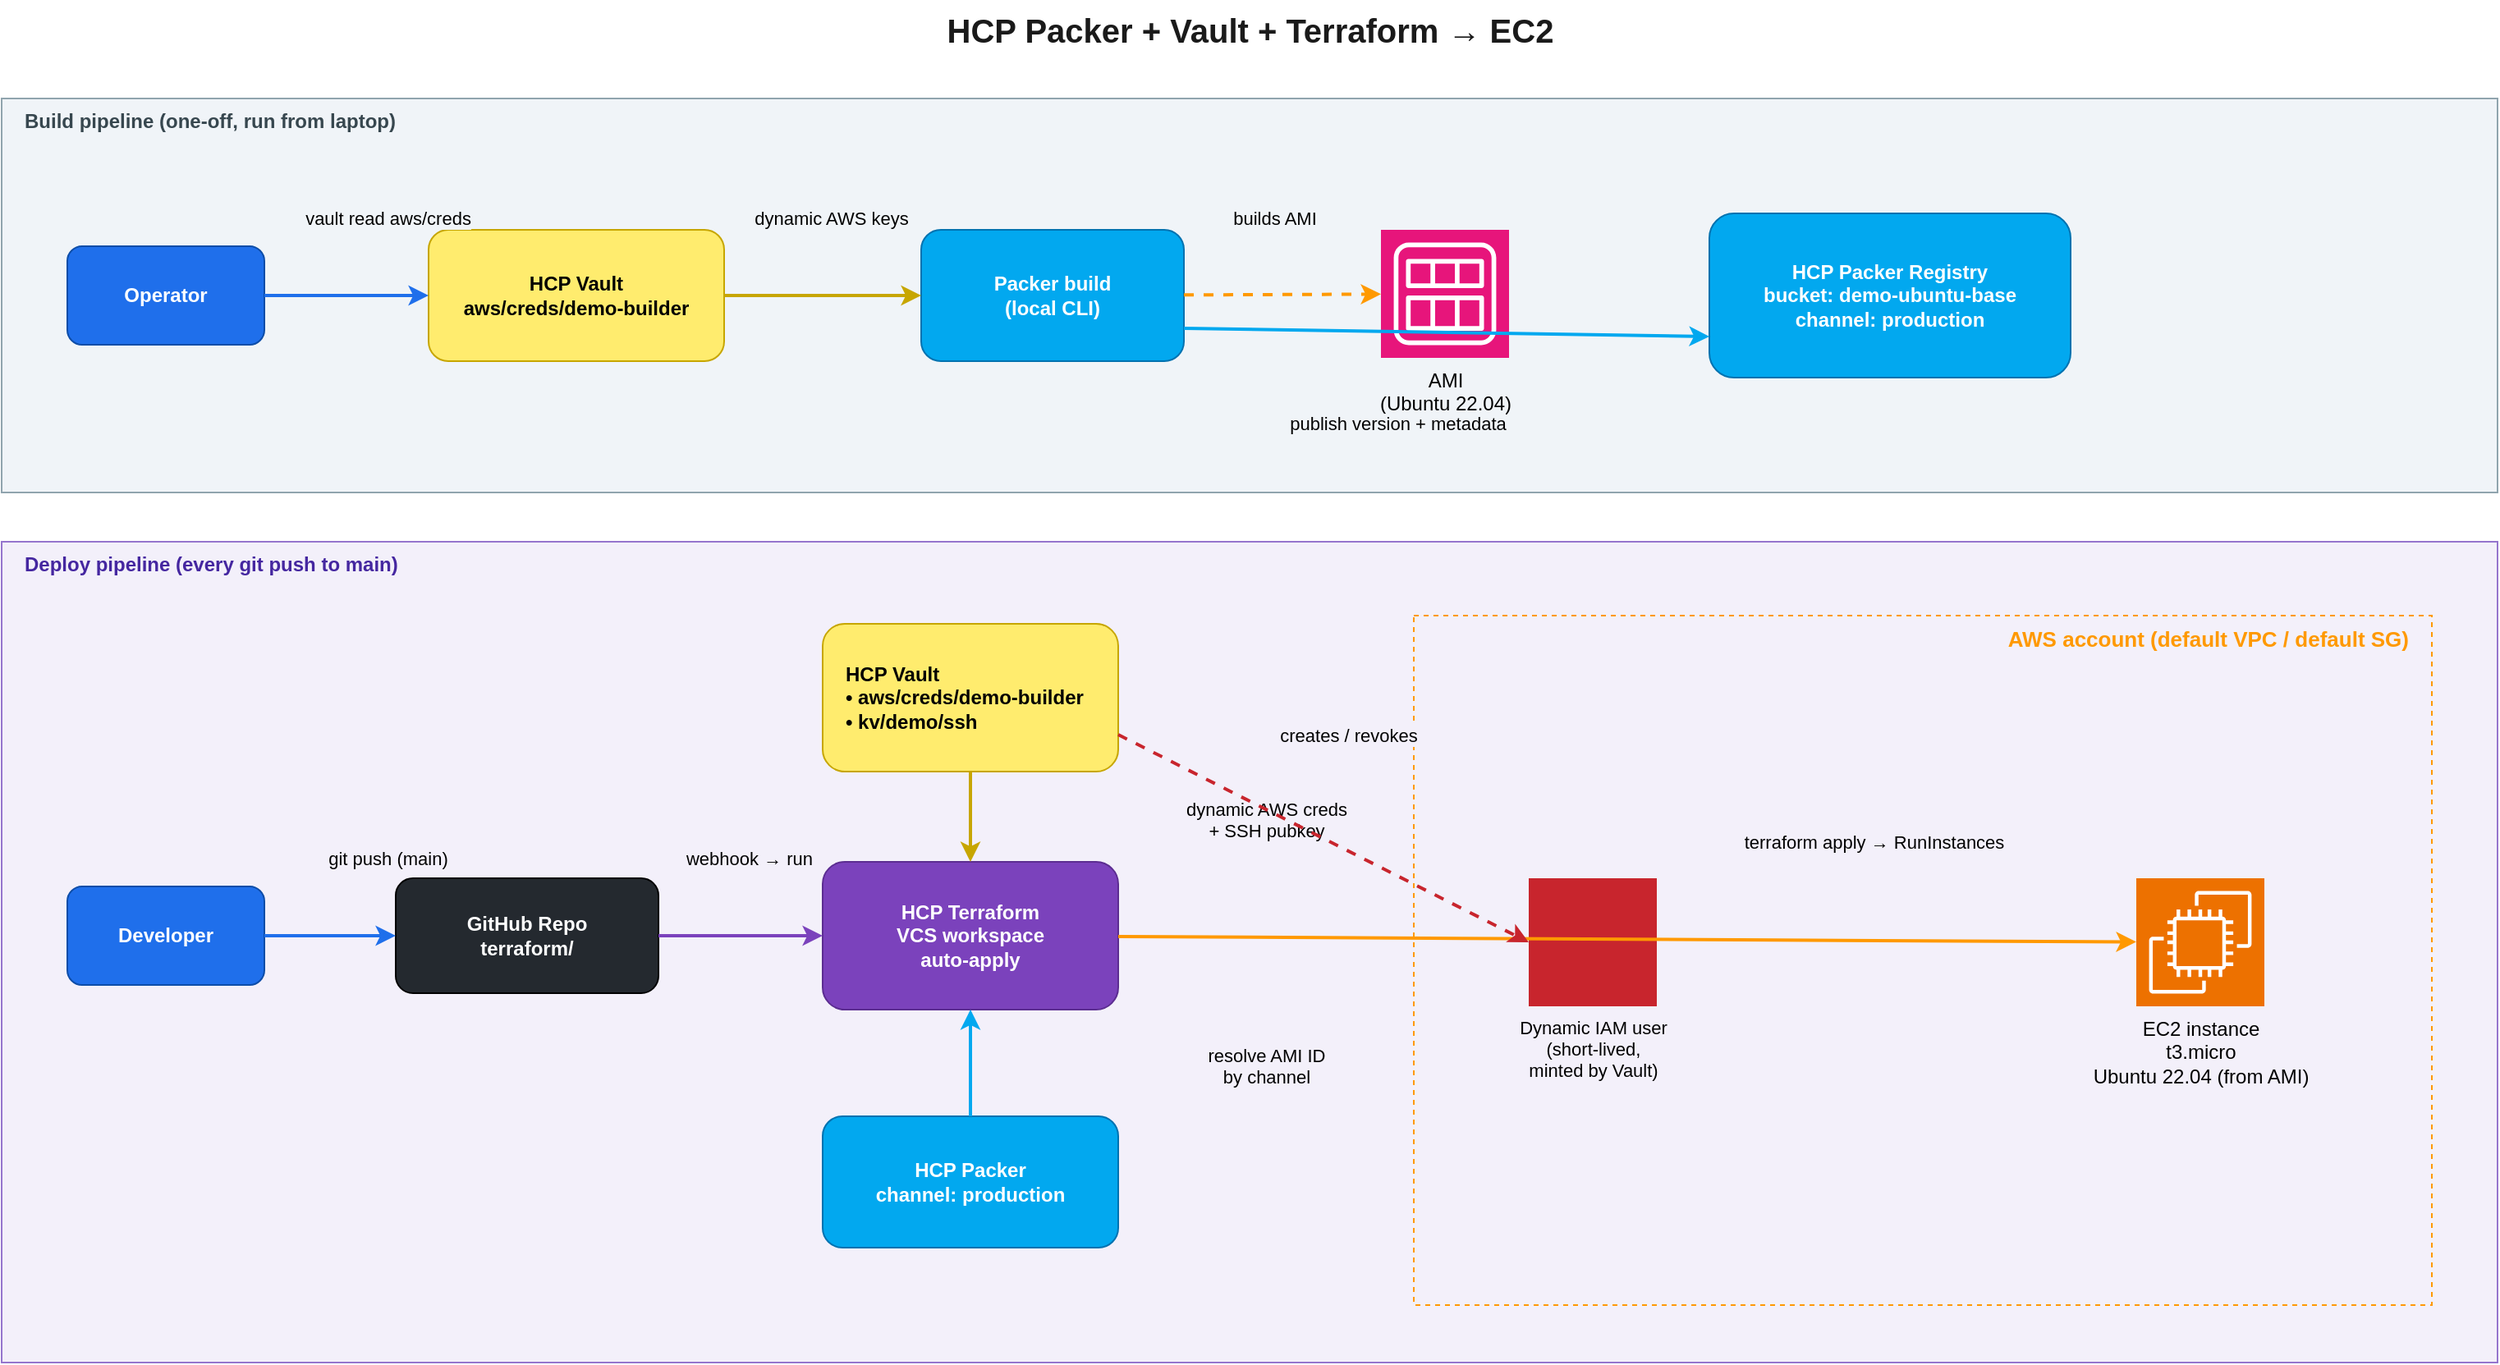
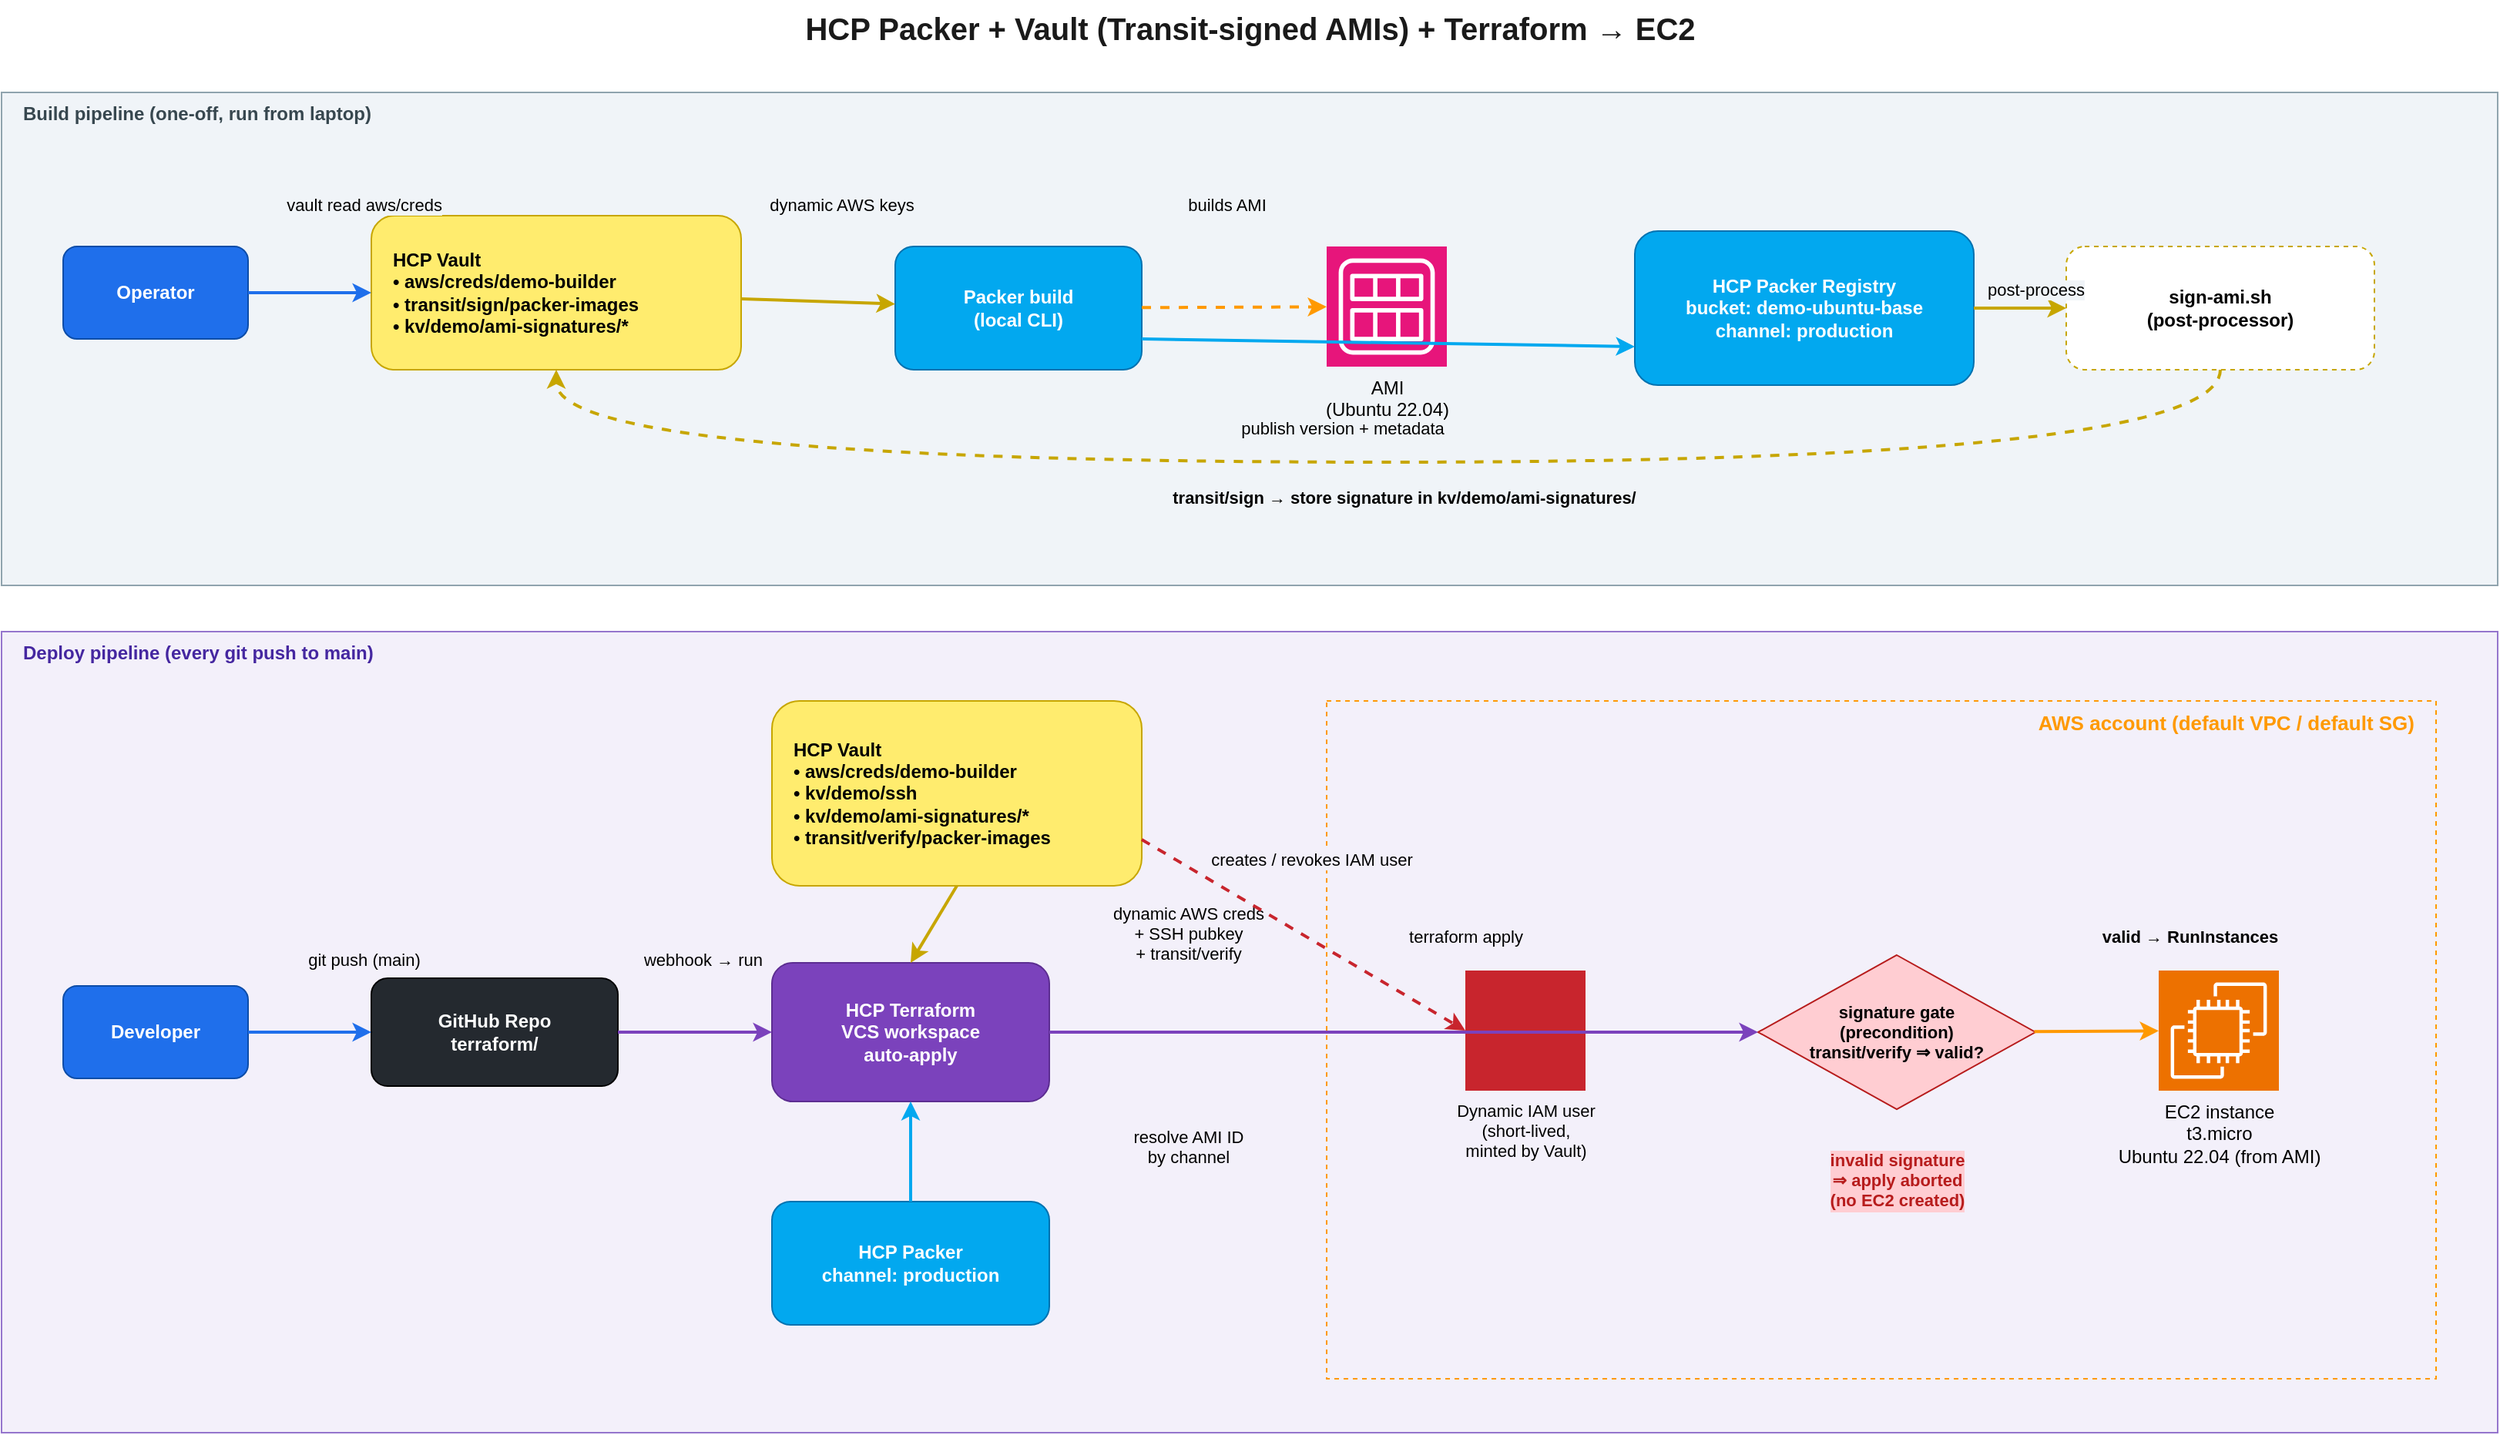
<mxfile host="app.diagrams.net">
  <diagram name="Architecture" id="arch">
-     <mxGraphModel dx="1400" dy="900" grid="0" gridSize="10" guides="1" tooltips="1" connect="1" arrows="1" fold="1" page="1" pageScale="1" pageWidth="1600" pageHeight="900" math="0" shadow="0">
+     <mxGraphModel dx="1400" dy="900" grid="0" gridSize="10" guides="1" tooltips="1" connect="1" arrows="1" fold="1" page="1" pageScale="1" pageWidth="1700" pageHeight="980" math="0" shadow="0">
      <root>
        <mxCell id="0" />
        <mxCell id="1" parent="0" />

-         <mxCell id="title" value="HCP Packer + Vault + Terraform → EC2" style="text;html=1;align=center;fontSize=20;fontStyle=1;fontColor=#1A1A1A" vertex="1" parent="1">
-           <mxGeometry x="40" y="20" width="1520" height="30" as="geometry" />
+         <mxCell id="title" value="HCP Packer + Vault (Transit-signed AMIs) + Terraform → EC2" style="text;html=1;align=center;fontSize=20;fontStyle=1;fontColor=#1A1A1A" vertex="1" parent="1">
+           <mxGeometry x="40" y="20" width="1620" height="30" as="geometry" />
        </mxCell>

        <mxCell id="buildLane" value="Build pipeline (one-off, run from laptop)" style="rounded=0;whiteSpace=wrap;html=1;fillColor=#F0F4F8;strokeColor=#90A4AE;fontColor=#37474F;fontSize=12;fontStyle=1;verticalAlign=top;align=left;spacingLeft=12" vertex="1" parent="1">
-           <mxGeometry x="40" y="80" width="1520" height="240" as="geometry" />
+           <mxGeometry x="40" y="80" width="1620" height="320" as="geometry" />
        </mxCell>

        <mxCell id="devBuild" value="Operator" style="rounded=1;whiteSpace=wrap;html=1;fillColor=#1F6FEB;strokeColor=#0D4DA8;fontColor=#FFFFFF;fontSize=12;fontStyle=1" vertex="1" parent="1">
-           <mxGeometry x="80" y="170" width="120" height="60" as="geometry" />
+           <mxGeometry x="80" y="180" width="120" height="60" as="geometry" />
        </mxCell>

-         <mxCell id="vaultBuild" value="HCP Vault&#10;aws/creds/demo-builder" style="rounded=1;whiteSpace=wrap;html=1;fillColor=#FFEC6E;strokeColor=#C7A600;fontColor=#000000;fontSize=12;fontStyle=1" vertex="1" parent="1">
-           <mxGeometry x="300" y="160" width="180" height="80" as="geometry" />
+         <mxCell id="vaultBuild" value="HCP Vault&#10;• aws/creds/demo-builder&#10;• transit/sign/packer-images&#10;• kv/demo/ami-signatures/*" style="rounded=1;whiteSpace=wrap;html=1;fillColor=#FFEC6E;strokeColor=#C7A600;fontColor=#000000;fontSize=12;fontStyle=1;align=left;spacingLeft=12" vertex="1" parent="1">
+           <mxGeometry x="280" y="160" width="240" height="100" as="geometry" />
        </mxCell>

        <mxCell id="packer" value="Packer build&#10;(local CLI)" style="rounded=1;whiteSpace=wrap;html=1;fillColor=#02A8EF;strokeColor=#0072B0;fontColor=#FFFFFF;fontSize=12;fontStyle=1" vertex="1" parent="1">
-           <mxGeometry x="600" y="160" width="160" height="80" as="geometry" />
+           <mxGeometry x="620" y="180" width="160" height="80" as="geometry" />
        </mxCell>

        <mxCell id="ami" value="AMI&#10;(Ubuntu 22.04)" style="shape=mxgraph.aws4.resourceIcon;resIcon=mxgraph.aws4.ami;fillColor=#E7157B;strokeColor=#ffffff;html=1;fontSize=12;align=center;verticalLabelPosition=bottom;verticalAlign=top;fontColor=#000000" vertex="1" parent="1">
-           <mxGeometry x="880" y="160" width="78" height="78" as="geometry" />
+           <mxGeometry x="900" y="180" width="78" height="78" as="geometry" />
        </mxCell>

        <mxCell id="hcppacker" value="HCP Packer Registry&#10;bucket: demo-ubuntu-base&#10;channel: production" style="rounded=1;whiteSpace=wrap;html=1;fillColor=#02A8EF;strokeColor=#0072B0;fontColor=#FFFFFF;fontSize=12;fontStyle=1" vertex="1" parent="1">
-           <mxGeometry x="1080" y="150" width="220" height="100" as="geometry" />
+           <mxGeometry x="1100" y="170" width="220" height="100" as="geometry" />
+         </mxCell>
+ 
+         <mxCell id="signStep" value="sign-ami.sh&#10;(post-processor)" style="rounded=1;whiteSpace=wrap;html=1;fillColor=#FFFFFF;strokeColor=#C7A600;fontColor=#000000;fontSize=12;fontStyle=1;dashed=1" vertex="1" parent="1">
+           <mxGeometry x="1380" y="180" width="200" height="80" as="geometry" />
        </mxCell>

        <mxCell id="b1" style="endArrow=classic;html=1;strokeColor=#1F6FEB;strokeWidth=2" edge="1" parent="1" source="devBuild" target="vaultBuild">
          <mxGeometry relative="1" as="geometry" />
        </mxCell>
        <mxCell id="b1l" value="vault read aws/creds" style="text;html=1;fontSize=11;labelBackgroundColor=#F0F4F8;align=center" vertex="1" parent="1">
          <mxGeometry x="195" y="140" width="160" height="20" as="geometry" />
        </mxCell>

        <mxCell id="b2" style="endArrow=classic;html=1;strokeColor=#C7A600;strokeWidth=2" edge="1" parent="1" source="vaultBuild" target="packer">
          <mxGeometry relative="1" as="geometry" />
        </mxCell>
        <mxCell id="b2l" value="dynamic AWS keys" style="text;html=1;fontSize=11;labelBackgroundColor=#F0F4F8;align=center" vertex="1" parent="1">
-           <mxGeometry x="475" y="140" width="140" height="20" as="geometry" />
+           <mxGeometry x="515" y="140" width="140" height="20" as="geometry" />
        </mxCell>

        <mxCell id="b3" style="endArrow=classic;html=1;strokeColor=#FF9900;strokeWidth=2;dashed=1" edge="1" parent="1" source="packer" target="ami">
          <mxGeometry relative="1" as="geometry" />
        </mxCell>
        <mxCell id="b3l" value="builds AMI" style="text;html=1;fontSize=11;labelBackgroundColor=#F0F4F8;align=center" vertex="1" parent="1">
-           <mxGeometry x="755" y="140" width="120" height="20" as="geometry" />
+           <mxGeometry x="775" y="140" width="120" height="20" as="geometry" />
        </mxCell>

        <mxCell id="b4" style="endArrow=classic;html=1;strokeColor=#02A8EF;strokeWidth=2;exitX=1;exitY=0.75;entryX=0;entryY=0.75" edge="1" parent="1" source="packer" target="hcppacker">
          <mxGeometry relative="1" as="geometry" />
        </mxCell>
        <mxCell id="b4l" value="publish version + metadata" style="text;html=1;fontSize=11;labelBackgroundColor=#F0F4F8;align=center" vertex="1" parent="1">
-           <mxGeometry x="780" y="265" width="220" height="20" as="geometry" />
+           <mxGeometry x="800" y="285" width="220" height="20" as="geometry" />
+         </mxCell>
+ 
+         <mxCell id="b5" style="endArrow=classic;html=1;strokeColor=#C7A600;strokeWidth=2;exitX=1;exitY=0.5;entryX=0;entryY=0.5" edge="1" parent="1" source="hcppacker" target="signStep">
+           <mxGeometry relative="1" as="geometry" />
+         </mxCell>
+         <mxCell id="b5l" value="post-process" style="text;html=1;fontSize=11;labelBackgroundColor=#F0F4F8;align=center" vertex="1" parent="1">
+           <mxGeometry x="1320" y="195" width="80" height="20" as="geometry" />
+         </mxCell>
+ 
+         <mxCell id="b6" style="endArrow=classic;html=1;strokeColor=#C7A600;strokeWidth=2;dashed=1;curved=1" edge="1" parent="1" source="signStep" target="vaultBuild">
+           <mxGeometry relative="1" as="geometry">
+             <Array as="points">
+               <mxPoint x="1480" y="320" />
+               <mxPoint x="400" y="320" />
+             </Array>
+           </mxGeometry>
+         </mxCell>
+         <mxCell id="b6l" value="transit/sign  →  store signature in kv/demo/ami-signatures/&lt;ami-id&gt;" style="text;html=1;fontSize=11;labelBackgroundColor=#F0F4F8;align=center;fontStyle=1" vertex="1" parent="1">
+           <mxGeometry x="700" y="330" width="500" height="20" as="geometry" />
        </mxCell>

        <mxCell id="deployLane" value="Deploy pipeline (every git push to main)" style="rounded=0;whiteSpace=wrap;html=1;fillColor=#F3F0FA;strokeColor=#9575CD;fontColor=#4527A0;fontSize=12;fontStyle=1;verticalAlign=top;align=left;spacingLeft=12" vertex="1" parent="1">
-           <mxGeometry x="40" y="350" width="1520" height="500" as="geometry" />
+           <mxGeometry x="40" y="430" width="1620" height="520" as="geometry" />
        </mxCell>

        <mxCell id="devDeploy" value="Developer" style="rounded=1;whiteSpace=wrap;html=1;fillColor=#1F6FEB;strokeColor=#0D4DA8;fontColor=#FFFFFF;fontSize=12;fontStyle=1" vertex="1" parent="1">
-           <mxGeometry x="80" y="560" width="120" height="60" as="geometry" />
+           <mxGeometry x="80" y="660" width="120" height="60" as="geometry" />
        </mxCell>

        <mxCell id="gh" value="GitHub Repo&#10;terraform/" style="rounded=1;whiteSpace=wrap;html=1;fillColor=#24292F;strokeColor=#000000;fontColor=#FFFFFF;fontSize=12;fontStyle=1" vertex="1" parent="1">
-           <mxGeometry x="280" y="555" width="160" height="70" as="geometry" />
+           <mxGeometry x="280" y="655" width="160" height="70" as="geometry" />
        </mxCell>

        <mxCell id="tfc" value="HCP Terraform&#10;VCS workspace&#10;auto-apply" style="rounded=1;whiteSpace=wrap;html=1;fillColor=#7B42BC;strokeColor=#5C2D91;fontColor=#FFFFFF;fontSize=12;fontStyle=1" vertex="1" parent="1">
-           <mxGeometry x="540" y="545" width="180" height="90" as="geometry" />
+           <mxGeometry x="540" y="645" width="180" height="90" as="geometry" />
        </mxCell>

-         <mxCell id="vaultDeploy" value="HCP Vault&#10;• aws/creds/demo-builder&#10;• kv/demo/ssh" style="rounded=1;whiteSpace=wrap;html=1;fillColor=#FFEC6E;strokeColor=#C7A600;fontColor=#000000;fontSize=12;fontStyle=1;align=left;spacingLeft=12" vertex="1" parent="1">
-           <mxGeometry x="540" y="400" width="180" height="90" as="geometry" />
+         <mxCell id="vaultDeploy" value="HCP Vault&#10;• aws/creds/demo-builder&#10;• kv/demo/ssh&#10;• kv/demo/ami-signatures/*&#10;• transit/verify/packer-images" style="rounded=1;whiteSpace=wrap;html=1;fillColor=#FFEC6E;strokeColor=#C7A600;fontColor=#000000;fontSize=12;fontStyle=1;align=left;spacingLeft=12" vertex="1" parent="1">
+           <mxGeometry x="540" y="475" width="240" height="120" as="geometry" />
        </mxCell>

        <mxCell id="hcppackerRef" value="HCP Packer&#10;channel: production" style="rounded=1;whiteSpace=wrap;html=1;fillColor=#02A8EF;strokeColor=#0072B0;fontColor=#FFFFFF;fontSize=12;fontStyle=1" vertex="1" parent="1">
-           <mxGeometry x="540" y="700" width="180" height="80" as="geometry" />
+           <mxGeometry x="540" y="800" width="180" height="80" as="geometry" />
        </mxCell>

        <mxCell id="awsbox" value="AWS account (default VPC / default SG)" style="rounded=0;whiteSpace=wrap;html=1;fillColor=none;strokeColor=#FF9900;fontColor=#FF9900;fontSize=13;fontStyle=1;verticalAlign=top;dashed=1;align=right;spacingRight=12" vertex="1" parent="1">
-           <mxGeometry x="900" y="395" width="620" height="420" as="geometry" />
+           <mxGeometry x="900" y="475" width="720" height="440" as="geometry" />
        </mxCell>

        <mxCell id="iam" value="Dynamic IAM user&#10;(short-lived,&#10;minted by Vault)" style="shape=mxgraph.aws4.resourceIcon;resIcon=mxgraph.aws4.identity_and_access_management_iam;fillColor=#C8252D;strokeColor=#ffffff;html=1;fontSize=11;align=center;verticalLabelPosition=bottom;verticalAlign=top;fontColor=#000000" vertex="1" parent="1">
-           <mxGeometry x="970" y="555" width="78" height="78" as="geometry" />
+           <mxGeometry x="990" y="650" width="78" height="78" as="geometry" />
        </mxCell>

        <mxCell id="ec2" value="EC2 instance&#10;t3.micro&#10;Ubuntu 22.04 (from AMI)" style="shape=mxgraph.aws4.resourceIcon;resIcon=mxgraph.aws4.ec2;fillColor=#ED7100;strokeColor=#ffffff;html=1;fontSize=12;align=center;verticalLabelPosition=bottom;verticalAlign=top;fontColor=#000000" vertex="1" parent="1">
-           <mxGeometry x="1340" y="555" width="78" height="78" as="geometry" />
+           <mxGeometry x="1440" y="650" width="78" height="78" as="geometry" />
+         </mxCell>
+ 
+         <mxCell id="gate" value="signature gate&#10;(precondition)&#10;transit/verify ⇒ valid?" style="rhombus;whiteSpace=wrap;html=1;fillColor=#FFCDD2;strokeColor=#B71C1C;fontColor=#000000;fontSize=11;fontStyle=1" vertex="1" parent="1">
+           <mxGeometry x="1180" y="640" width="180" height="100" as="geometry" />
        </mxCell>

        <mxCell id="d1" style="endArrow=classic;html=1;strokeColor=#1F6FEB;strokeWidth=2" edge="1" parent="1" source="devDeploy" target="gh">
          <mxGeometry relative="1" as="geometry" />
        </mxCell>
        <mxCell id="d1l" value="git push (main)" style="text;html=1;fontSize=11;labelBackgroundColor=#F3F0FA;align=center" vertex="1" parent="1">
-           <mxGeometry x="195" y="530" width="160" height="20" as="geometry" />
+           <mxGeometry x="195" y="630" width="160" height="20" as="geometry" />
        </mxCell>

        <mxCell id="d2" style="endArrow=classic;html=1;strokeColor=#7B42BC;strokeWidth=2" edge="1" parent="1" source="gh" target="tfc">
          <mxGeometry relative="1" as="geometry" />
        </mxCell>
        <mxCell id="d2l" value="webhook → run" style="text;html=1;fontSize=11;labelBackgroundColor=#F3F0FA;align=center" vertex="1" parent="1">
-           <mxGeometry x="435" y="530" width="120" height="20" as="geometry" />
+           <mxGeometry x="435" y="630" width="120" height="20" as="geometry" />
        </mxCell>

        <mxCell id="d3" style="endArrow=classic;html=1;strokeColor=#C7A600;strokeWidth=2;exitX=0.5;exitY=1;entryX=0.5;entryY=0" edge="1" parent="1" source="vaultDeploy" target="tfc">
          <mxGeometry relative="1" as="geometry" />
        </mxCell>
-         <mxCell id="d3l" value="dynamic AWS creds&#10;+ SSH pubkey" style="text;html=1;fontSize=11;labelBackgroundColor=#F3F0FA;align=center" vertex="1" parent="1">
-           <mxGeometry x="730" y="500" width="160" height="34" as="geometry" />
+         <mxCell id="d3l" value="dynamic AWS creds&#10;+ SSH pubkey&#10;+ transit/verify" style="text;html=1;fontSize=11;labelBackgroundColor=#F3F0FA;align=center" vertex="1" parent="1">
+           <mxGeometry x="730" y="600" width="160" height="48" as="geometry" />
        </mxCell>

        <mxCell id="d4" style="endArrow=classic;html=1;strokeColor=#02A8EF;strokeWidth=2;exitX=0.5;exitY=0;entryX=0.5;entryY=1" edge="1" parent="1" source="hcppackerRef" target="tfc">
          <mxGeometry relative="1" as="geometry" />
        </mxCell>
        <mxCell id="d4l" value="resolve AMI ID&#10;by channel" style="text;html=1;fontSize=11;labelBackgroundColor=#F3F0FA;align=center" vertex="1" parent="1">
-           <mxGeometry x="730" y="650" width="160" height="34" as="geometry" />
+           <mxGeometry x="730" y="745" width="160" height="34" as="geometry" />
        </mxCell>

-         <mxCell id="d5" style="endArrow=classic;html=1;strokeColor=#FF9900;strokeWidth=2" edge="1" parent="1" source="tfc" target="ec2">
+         <mxCell id="d5b" style="endArrow=classic;html=1;strokeColor=#7B42BC;strokeWidth=2" edge="1" parent="1" source="tfc" target="gate">
          <mxGeometry relative="1" as="geometry" />
        </mxCell>
-         <mxCell id="d5l" value="terraform apply → RunInstances" style="text;html=1;fontSize=11;labelBackgroundColor=#F3F0FA;align=center" vertex="1" parent="1">
-           <mxGeometry x="1060" y="520" width="240" height="20" as="geometry" />
+         <mxCell id="d5bl" value="terraform apply" style="text;html=1;fontSize=11;labelBackgroundColor=#F3F0FA;align=center" vertex="1" parent="1">
+           <mxGeometry x="900" y="615" width="180" height="20" as="geometry" />
+         </mxCell>
+ 
+         <mxCell id="d5" style="endArrow=classic;html=1;strokeColor=#FF9900;strokeWidth=2" edge="1" parent="1" source="gate" target="ec2">
+           <mxGeometry relative="1" as="geometry" />
+         </mxCell>
+         <mxCell id="d5l" value="valid → RunInstances" style="text;html=1;fontSize=11;labelBackgroundColor=#F3F0FA;align=center;fontStyle=1" vertex="1" parent="1">
+           <mxGeometry x="1370" y="615" width="180" height="20" as="geometry" />
        </mxCell>

        <mxCell id="d6" style="endArrow=classic;html=1;strokeColor=#C8252D;strokeWidth=2;dashed=1;exitX=1;exitY=0.75;entryX=0;entryY=0.5" edge="1" parent="1" source="vaultDeploy" target="iam">
          <mxGeometry relative="1" as="geometry" />
        </mxCell>
-         <mxCell id="d6l" value="creates / revokes" style="text;html=1;fontSize=11;labelBackgroundColor=#F3F0FA;align=center" vertex="1" parent="1">
-           <mxGeometry x="780" y="455" width="160" height="20" as="geometry" />
+         <mxCell id="d6l" value="creates / revokes IAM user" style="text;html=1;fontSize=11;labelBackgroundColor=#F3F0FA;align=center" vertex="1" parent="1">
+           <mxGeometry x="800" y="565" width="180" height="20" as="geometry" />
+         </mxCell>
+ 
+         <mxCell id="abort" value="invalid signature&#10;⇒ apply aborted&#10;(no EC2 created)" style="text;html=1;fontSize=11;labelBackgroundColor=#FFCDD2;align=center;fontColor=#B71C1C;fontStyle=1" vertex="1" parent="1">
+           <mxGeometry x="1180" y="760" width="180" height="50" as="geometry" />
        </mxCell>

      </root>
    </mxGraphModel>
  </diagram>
</mxfile>
